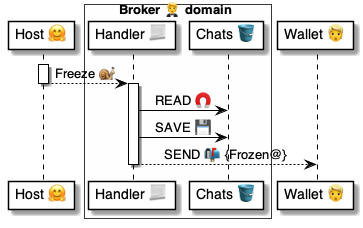
Before: 4 ⚙️ Solution/20 🧑‍🦰 UI/Brokers 🤵/🤵🅰️ Broker methods/Chats 💬 Freeze 🤗🐌🤵/🤵 Freeze ⚙️ uml.png, a diagram exported from PlantUML (pollyweb-org/pollyweb-docs). Its source is kept beside it as 4 ⚙️ Solution/20 🧑‍🦰 UI/Brokers 🤵/🤵🅰️ Broker methods/Chats 💬 Freeze 🤗🐌🤵/🤵 Freeze ⚙️ uml.puml. The source it was exported from:
```plantuml
@startuml Freeze@Broker

participant "Host 🤗" as host

box Broker 🤵 domain #FFFFFA
    participant "Handler 📃" as broker
    participant "Chats 🪣" as chats
end box

participant "Wallet 👱" as wallet


activate host
    host --> broker: Freeze 🐌
deactivate host

activate broker
    broker -> chats: READ 🧲
    broker -> chats: SAVE 💾
    broker --> wallet: SEND 📬 {Frozen@}
deactivate broker



@enduml
```
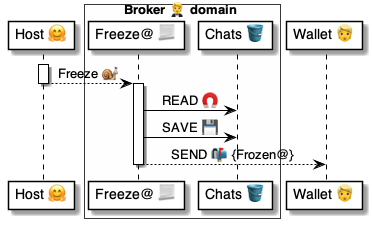
Above is the later version.

Change to the diagram source:
```diff
@@ -3,7 +3,7 @@
 participant "Host 🤗" as host
 
 box Broker 🤵 domain #FFFFFA
-    participant "Handler 📃" as broker
+    participant "Freeze@ 📃" as broker
     participant "Chats 🪣" as chats
 end box
 
```
